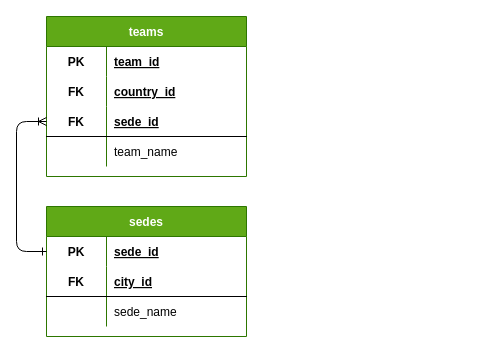
The draw.io diagram page "model" (2 of 2) of soccer_model.drawio in r3card0/soccer.stats, before the edit. Source tidied: cells renumbered, new cells numbered last; positions are measured from the earlier drawing's top-left corner, leaving out a move shared by most shapes. Both pictures are drawn from the tidied source at 100%, with x=0, y=0 at pixel (16, 16).
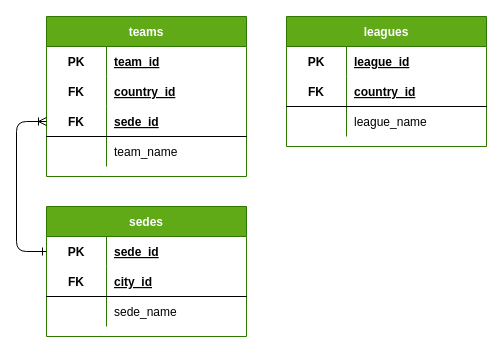
Above is the later version.

Commit message:
leagues model added

What changed in the source:
```diff
@@
+    <mxCell id="26" value="leagues" style="shape=table;startSize=30;childLayout=tableLayout;rowLines=0;fontStyle=1;align=center;fillColor=#60a917;fontColor=#ffffff;strokeColor=#2D7600;" parent="1" vertex="1">
+      <mxGeometry x="270" width="200" height="130" as="geometry" />
+    </mxCell>
+    <mxCell id="27" style="shape=partialRectangle;fillColor=none;top=0;left=0;bottom=0;right=0;" parent="26" vertex="1">
+      <mxGeometry y="30" width="200" height="30" as="geometry" />
+    </mxCell>
+    <mxCell id="28" value="PK" style="shape=partialRectangle;fillColor=none;top=0;left=0;bottom=0;right=0;fontStyle=1;overflow=hidden;" parent="27" vertex="1">
+      <mxGeometry width="60" height="30" as="geometry" />
+    </mxCell>
+    <mxCell id="29" value="league_id" style="shape=partialRectangle;fillColor=none;top=0;left=0;bottom=0;right=0;align=left;spacingLeft=6;fontStyle=5;overflow=hidden;" parent="27" vertex="1">
+      <mxGeometry x="60" width="140" height="30" as="geometry" />
+    </mxCell>
+    <mxCell id="30" style="shape=partialRectangle;fillColor=none;top=0;left=0;bottom=1;right=0;" parent="26" vertex="1">
+      <mxGeometry y="60" width="200" height="30" as="geometry" />
+    </mxCell>
+    <mxCell id="31" value="FK" style="shape=partialRectangle;fillColor=none;top=0;left=0;bottom=0;right=0;fontStyle=1;overflow=hidden;" parent="30" vertex="1">
+      <mxGeometry width="60" height="30" as="geometry" />
+    </mxCell>
+    <mxCell id="32" value="country_id" style="shape=partialRectangle;fillColor=none;top=0;left=0;bottom=0;right=0;align=left;spacingLeft=6;fontStyle=5;overflow=hidden;" parent="30" vertex="1">
+      <mxGeometry x="60" width="140" height="30" as="geometry" />
+    </mxCell>
+    <mxCell id="33" style="shape=partialRectangle;fillColor=none;top=0;left=0;bottom=0;right=0;" parent="26" vertex="1">
+      <mxGeometry y="90" width="200" height="30" as="geometry" />
+    </mxCell>
+    <mxCell id="34" style="shape=partialRectangle;fillColor=none;top=0;left=0;bottom=0;right=0;overflow=hidden;" parent="33" vertex="1">
+      <mxGeometry width="60" height="30" as="geometry" />
+    </mxCell>
+    <mxCell id="35" value="league_name" style="shape=partialRectangle;fillColor=none;top=0;left=0;bottom=0;right=0;align=left;spacingLeft=6;overflow=hidden;" parent="33" vertex="1">
+      <mxGeometry x="60" width="140" height="30" as="geometry" />
+    </mxCell>
```
